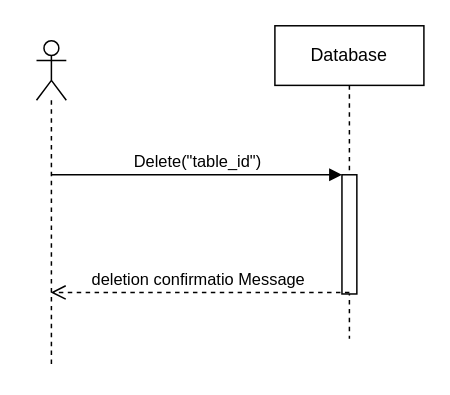
This is Diagrams/Deleting Tables Sequence diagram.drawio from AhmedStark/space-bubble, a draw.io file, before an edit. Source tidied: cells renumbered, new cells numbered last; positions are measured from the earlier drawing's top-left corner, leaving out a move shared by most shapes. Both pictures are drawn from the tidied source at 149%, with x=0, y=0 at pixel (36, 25).
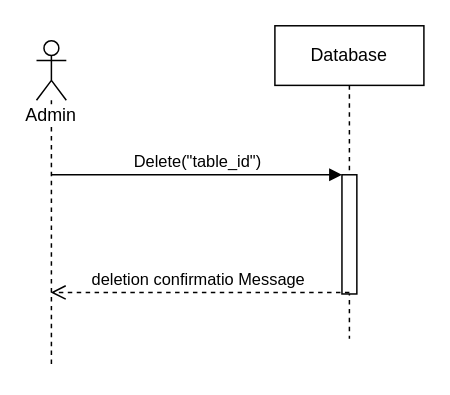
The same page after the edit.

Change to the diagram source:
```diff
@@
 <mxGraphModel>
   <root>
     <mxCell id="0" />
     <mxCell id="1" parent="0" />
     <mxCell id="2" value="Database" style="shape=umlLifeline;perimeter=lifelinePerimeter;whiteSpace=wrap;html=1;" parent="1" vertex="1">
       <mxGeometry x="160" y="-0.2" width="100" height="210" as="geometry" />
     </mxCell>
     <mxCell id="3" style="html=1;points=[];perimeter=orthogonalPerimeter;" parent="2" vertex="1">
       <mxGeometry x="45" y="100" width="10" height="80" as="geometry" />
     </mxCell>
-    <mxCell id="4" style="shape=umlLifeline;participant=umlActor;perimeter=lifelinePerimeter;whiteSpace=wrap;html=1;verticalAlign=top;spacingTop=36;labelBackgroundColor=#ffffff;" parent="1" vertex="1">
+    <mxCell id="4" value="Admin" style="shape=umlLifeline;participant=umlActor;perimeter=lifelinePerimeter;whiteSpace=wrap;html=1;verticalAlign=top;spacingTop=36;labelBackgroundColor=#ffffff;" parent="1" vertex="1">
       <mxGeometry y="9.8" width="20" height="220" as="geometry" />
     </mxCell>
     <mxCell id="5" value="Delete(&quot;table_id&quot;)" style="html=1;verticalAlign=bottom;endArrow=block;entryX=0;entryY=0;" parent="1" edge="1" target="3">
       <mxGeometry relative="1" as="geometry">
         <mxPoint x="10" y="99.8" as="sourcePoint" />
       </mxGeometry>
     </mxCell>
     <mxCell id="6" value="deletion confirmatio Message&amp;nbsp;" style="html=1;verticalAlign=bottom;endArrow=open;dashed=1;endSize=8;exitX=0.5;exitY=0.988;exitDx=0;exitDy=0;exitPerimeter=0;" parent="1" edge="1" source="3">
       <mxGeometry relative="1" as="geometry">
         <mxPoint x="9.5" y="178.8" as="targetPoint" />
       </mxGeometry>
     </mxCell>
   </root>
 </mxGraphModel>
```
